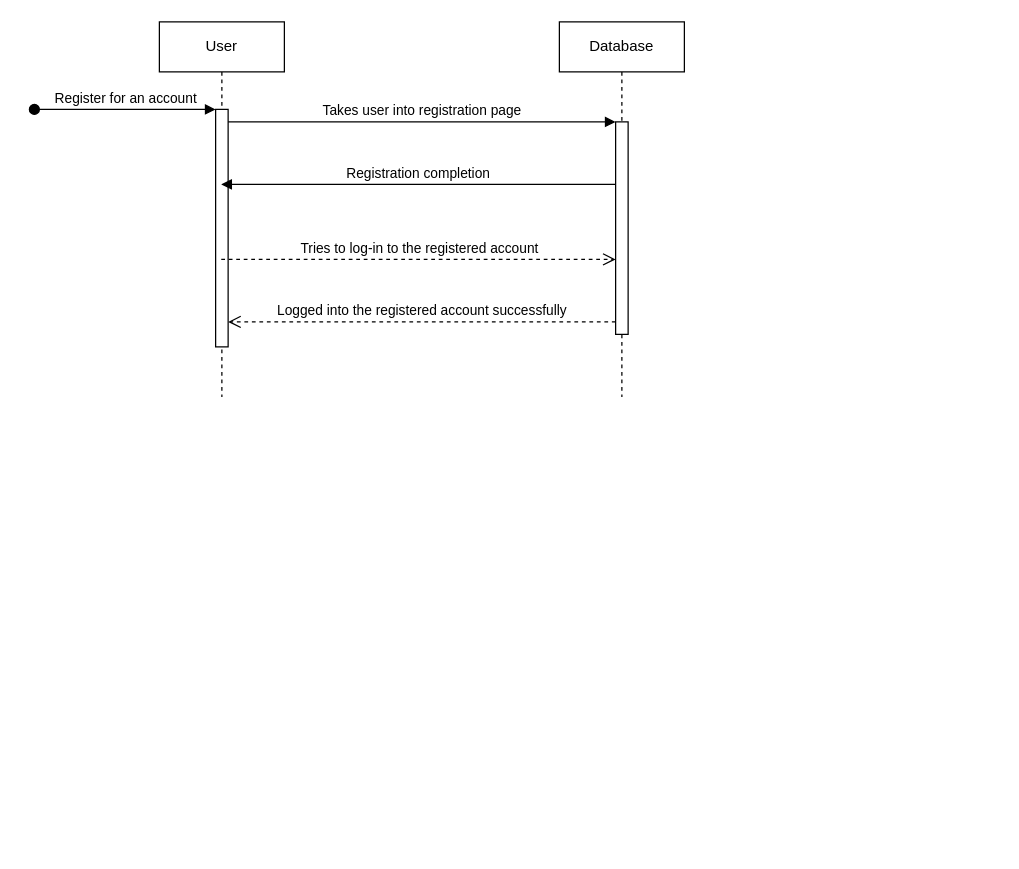
Before: Registration-Sequence-Diagram.drawio in uvic-teach/project-m1-team8, a draw.io diagram. Source tidied: cells renumbered, new cells numbered last; positions are measured from the earlier drawing's top-left corner, leaving out a move shared by most shapes. Both pictures are drawn from the tidied source at 125%, with x=0, y=0 at pixel (34, 21).
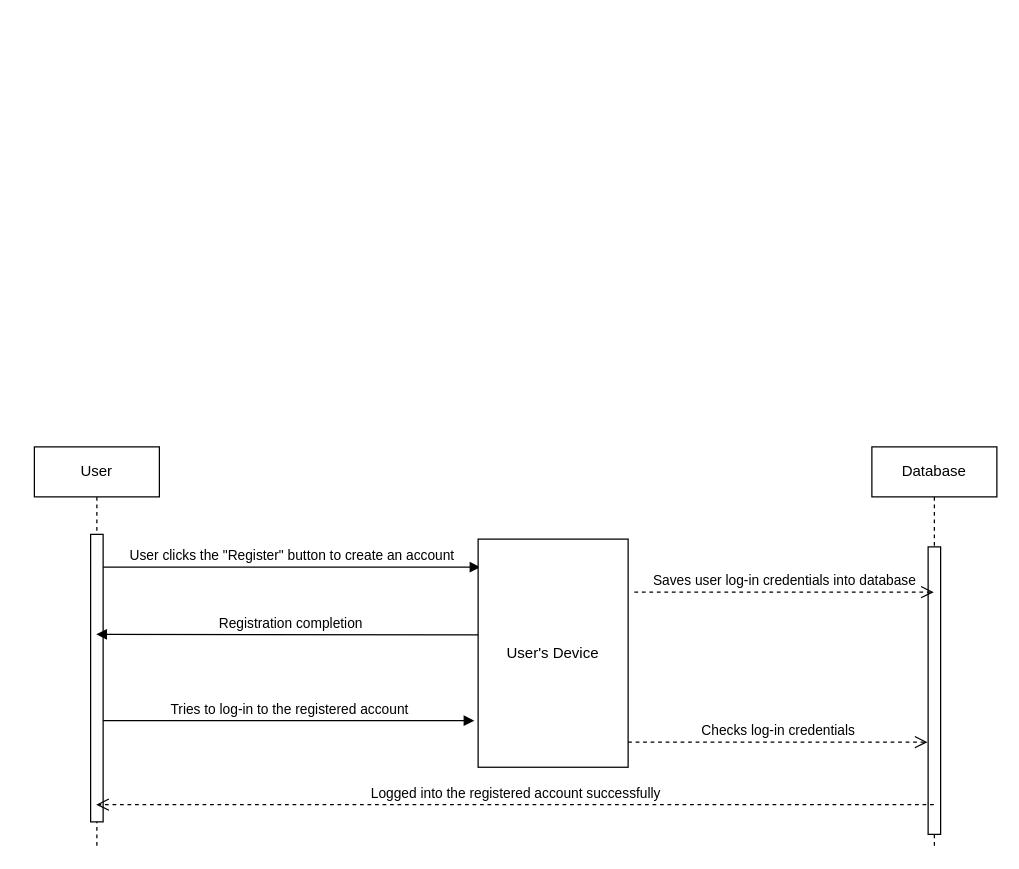
The same diagram, later.

The edit, as a diff of the source:
```diff
@@
 <mxGraphModel>
   <root>
     <mxCell id="0" />
     <mxCell id="1" parent="0" />
     <mxCell id="2" value="User" style="shape=umlLifeline;perimeter=lifelinePerimeter;whiteSpace=wrap;html=1;outlineConnect=0;portConstraint=eastwest;newEdgeStyle={&quot;edgeStyle&quot;:&quot;elbowEdgeStyle&quot;,&quot;elbow&quot;:&quot;vertical&quot;,&quot;curved&quot;:0,&quot;rounded&quot;:0};" parent="1" vertex="1">
-      <mxGeometry x="100" width="100" height="300" as="geometry" />
+      <mxGeometry y="340" width="100" height="320" as="geometry" />
     </mxCell>
     <mxCell id="3" style="html=1;points=[];perimeter=orthogonalPerimeter;outlineConnect=0;targetShapes=umlLifeline;portConstraint=eastwest;newEdgeStyle={&quot;edgeStyle&quot;:&quot;elbowEdgeStyle&quot;,&quot;elbow&quot;:&quot;vertical&quot;,&quot;curved&quot;:0,&quot;rounded&quot;:0};" parent="2" vertex="1">
-      <mxGeometry x="45" y="70" width="10" height="190" as="geometry" />
+      <mxGeometry x="45" y="70" width="10" height="230" as="geometry" />
     </mxCell>
-    <mxCell id="4" value="Register for an account" style="html=1;verticalAlign=bottom;startArrow=oval;endArrow=block;startSize=8;edgeStyle=elbowEdgeStyle;elbow=vertical;curved=0;rounded=0;" parent="2" edge="1" target="3">
-      <mxGeometry relative="1" as="geometry">
-        <mxPoint x="-100" y="70" as="sourcePoint" />
-      </mxGeometry>
-    </mxCell>
     <mxCell id="5" value="Database" style="shape=umlLifeline;perimeter=lifelinePerimeter;whiteSpace=wrap;html=1;outlineConnect=0;portConstraint=eastwest;newEdgeStyle={&quot;edgeStyle&quot;:&quot;elbowEdgeStyle&quot;,&quot;elbow&quot;:&quot;vertical&quot;,&quot;curved&quot;:0,&quot;rounded&quot;:0};" parent="1" vertex="1">
-      <mxGeometry x="420" width="100" height="300" as="geometry" />
+      <mxGeometry x="670" y="340" width="100" height="320" as="geometry" />
     </mxCell>
     <mxCell id="6" style="html=1;points=[];perimeter=orthogonalPerimeter;outlineConnect=0;targetShapes=umlLifeline;portConstraint=eastwest;newEdgeStyle={&quot;edgeStyle&quot;:&quot;elbowEdgeStyle&quot;,&quot;elbow&quot;:&quot;vertical&quot;,&quot;curved&quot;:0,&quot;rounded&quot;:0};" parent="5" vertex="1">
-      <mxGeometry x="45" y="80" width="10" height="170" as="geometry" />
+      <mxGeometry x="45" y="80" width="10" height="230" as="geometry" />
     </mxCell>
-    <mxCell id="7" value="Takes user into registration page" style="html=1;verticalAlign=bottom;endArrow=block;edgeStyle=elbowEdgeStyle;elbow=vertical;curved=0;rounded=0;" parent="1" edge="1" source="3" target="6">
+    <mxCell id="7" value="User clicks the &quot;Register&quot; button to create an account" style="html=1;verticalAlign=bottom;endArrow=block;edgeStyle=elbowEdgeStyle;elbow=vertical;curved=0;rounded=0;entryX=0.015;entryY=0.126;entryDx=0;entryDy=0;entryPerimeter=0;" parent="1" edge="1" source="3" target="11">
       <mxGeometry relative="1" as="geometry">
         <Array as="points">
-          <mxPoint x="260" y="80" />
+          <mxPoint x="330" y="436.2" />
         </Array>
       </mxGeometry>
     </mxCell>
-    <mxCell id="8" value="Logged into the registered account successfully" style="html=1;verticalAlign=bottom;endArrow=open;dashed=1;endSize=8;edgeStyle=elbowEdgeStyle;elbow=vertical;curved=0;rounded=0;" parent="1" edge="1" source="6" target="3">
+    <mxCell id="8" value="Logged into the registered account successfully" style="html=1;verticalAlign=bottom;endArrow=open;dashed=1;endSize=8;edgeStyle=elbowEdgeStyle;elbow=vertical;curved=0;rounded=0;" parent="1" edge="1" source="5" target="2">
       <mxGeometry relative="1" as="geometry">
         <Array as="points">
-          <mxPoint x="270" y="240" />
+          <mxPoint x="245" y="626.2" />
         </Array>
       </mxGeometry>
     </mxCell>
-    <mxCell id="9" value="Registration completion" style="html=1;verticalAlign=bottom;endArrow=block;edgeStyle=elbowEdgeStyle;elbow=vertical;curved=0;rounded=0;" parent="1" edge="1" source="6" target="2">
-      <mxGeometry relative="1" as="geometry">
-        <Array as="points">
-          <mxPoint x="250" y="130" />
-        </Array>
-      </mxGeometry>
+    <mxCell id="9" value="Registration completion" style="html=1;verticalAlign=bottom;endArrow=block;edgeStyle=elbowEdgeStyle;elbow=vertical;curved=0;rounded=0;exitX=0.042;exitY=0.42;exitDx=0;exitDy=0;exitPerimeter=0;" parent="1" edge="1" source="11" target="2">
+      <mxGeometry relative="1" as="geometry" />
     </mxCell>
+    <mxCell id="11" value="User's Device" style="rounded=0;whiteSpace=wrap;html=1;" parent="1" vertex="1">
+      <mxGeometry x="355" y="413.8" width="120" height="182.5" as="geometry" />
+    </mxCell>
-    <mxCell id="10" value="Tries to log-in to the registered account" style="html=1;verticalAlign=bottom;endArrow=open;dashed=1;endSize=8;edgeStyle=elbowEdgeStyle;elbow=vertical;curved=0;rounded=0;" parent="1" edge="1" source="2" target="6">
-      <mxGeometry relative="1" as="geometry">
-        <Array as="points">
-          <mxPoint x="260" y="190" />
-        </Array>
-      </mxGeometry>
+    <mxCell id="10" value="Tries to log-in to the registered account" style="html=1;verticalAlign=bottom;endArrow=block;edgeStyle=elbowEdgeStyle;elbow=vertical;curved=0;rounded=0;entryX=-0.025;entryY=0.798;entryDx=0;entryDy=0;entryPerimeter=0;" parent="1" edge="1" source="3" target="11">
+      <mxGeometry relative="1" as="geometry" />
     </mxCell>
+    <mxCell id="12" value="Saves user log-in credentials into database" style="html=1;verticalAlign=bottom;endArrow=open;dashed=1;endSize=8;edgeStyle=elbowEdgeStyle;elbow=vertical;curved=0;rounded=0;" parent="1" edge="1">
+      <mxGeometry relative="1" as="geometry">
+        <mxPoint x="480" y="456.2" as="sourcePoint" />
+        <mxPoint x="719.5" y="456.2" as="targetPoint" />
+        <Array as="points">
+          <mxPoint x="610" y="456.2" />
+        </Array>
+      </mxGeometry>
+    </mxCell>
+    <mxCell id="13" value="Checks log-in credentials" style="html=1;verticalAlign=bottom;endArrow=open;dashed=1;endSize=8;edgeStyle=elbowEdgeStyle;elbow=vertical;curved=0;rounded=0;" parent="1" edge="1">
+      <mxGeometry relative="1" as="geometry">
+        <mxPoint x="475" y="576.2" as="sourcePoint" />
+        <mxPoint x="714.5" y="576.2" as="targetPoint" />
+        <Array as="points">
+          <mxPoint x="605" y="576.2" />
+        </Array>
+      </mxGeometry>
+    </mxCell>
   </root>
 </mxGraphModel>
```
